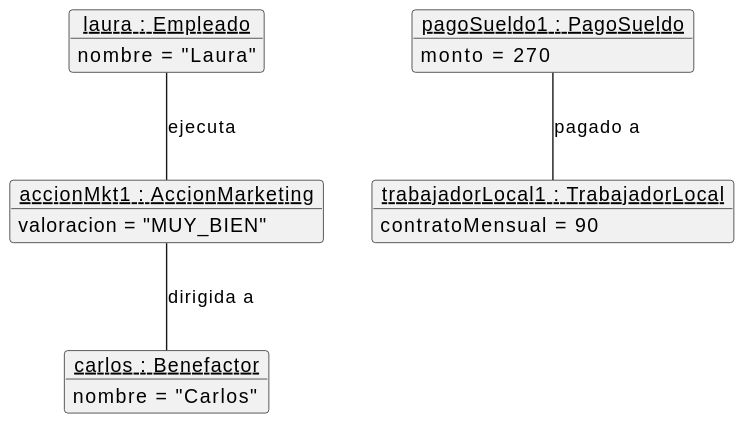
Above: escenarios/images/escenario5.svg in albporfer1-64/Grupo_Proyecto_DB (PlantUML), before the change.
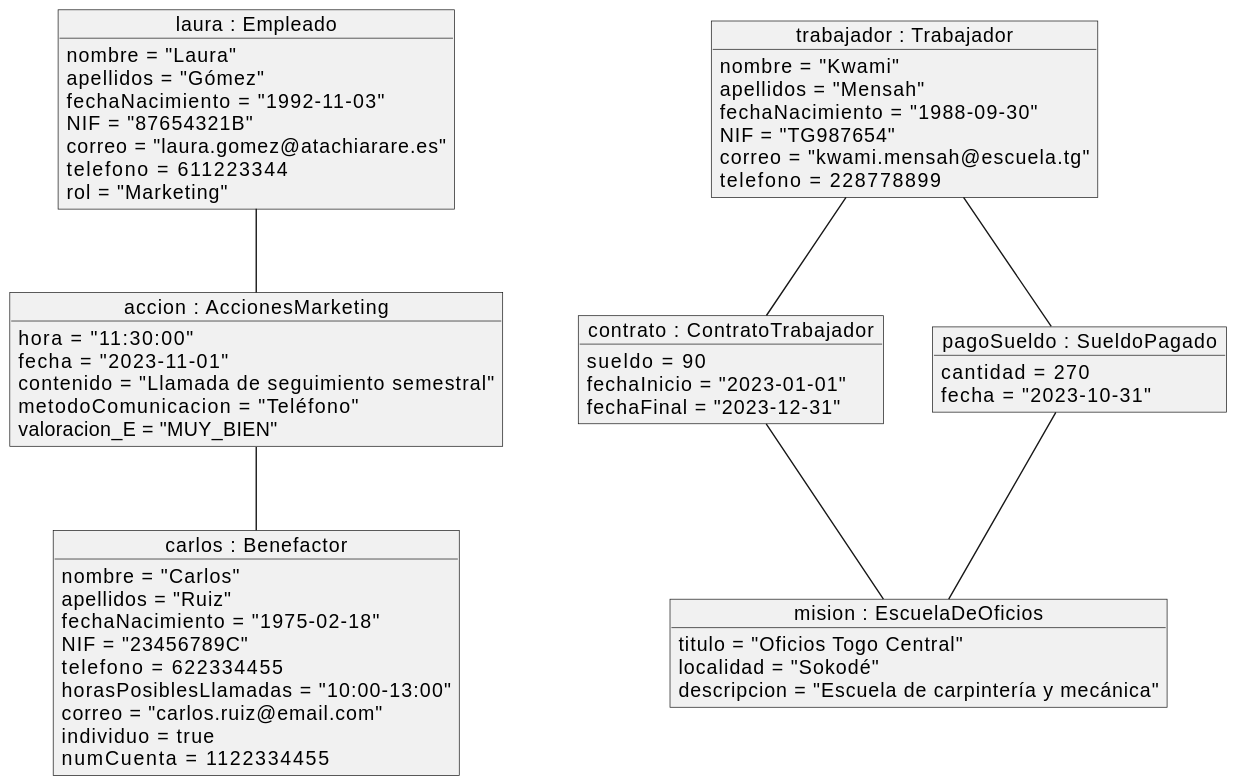
After the change.

Diff of the diagram source:
```diff
@@ -1,25 +1,58 @@
 @startuml
-object "<u>laura : Empleado</u>" as laura {
+object "laura : Empleado" as laura {
   nombre = "Laura"
+  apellidos = "Gómez"
+  fechaNacimiento = "1992-11-03"
+  NIF = "87654321B"
+  correo = "laura.gomez@atachiarare.es"
+  telefono = 611223344
+  rol = "Marketing"
+}
+object "carlos : Benefactor" as carlos {
+  nombre = "Carlos"
+  apellidos = "Ruiz"
+  fechaNacimiento = "1975-02-18"
+  NIF = "23456789C"
+  telefono = 622334455
+  horasPosiblesLlamadas = "10:00-13:00"
+  correo = "carlos.ruiz@email.com"
+  individuo = true
+  numCuenta = 1122334455
+}
+object "accion : AccionesMarketing" as accion {
+  hora = "11:30:00"
+  fecha = "2023-11-01"
+  contenido = "Llamada de seguimiento semestral"
+  metodoComunicacion = "Teléfono"
+  valoracion_E = "MUY_BIEN"
+}
+object "trabajador : Trabajador" as trabajador {
+  nombre = "Kwami"
+  apellidos = "Mensah"
+  fechaNacimiento = "1988-09-30"
+  NIF = "TG987654"
+  correo = "kwami.mensah@escuela.tg"
+  telefono = 228778899
+}
+object "mision : EscuelaDeOficios" as mision {
+  titulo = "Oficios Togo Central"
+  localidad = "Sokodé"
+  descripcion = "Escuela de carpintería y mecánica"
+}
+object "contrato : ContratoTrabajador" as contrato {
+  sueldo = 90
+  fechaInicio = "2023-01-01"
+  fechaFinal = "2023-12-31"
+}
+object "pagoSueldo : SueldoPagado" as pagoSueldo {
+  cantidad = 270
+  fecha = "2023-10-31"
 }
 
-object "<u>carlos : Benefactor</u>" as carlos {
-  nombre = "Carlos"
-}
-
-object "<u>accionMkt1 : AccionMarketing</u>" as accionMkt1 {
-  valoracion = "MUY_BIEN"
-}
-
-object "<u>trabajadorLocal1 : TrabajadorLocal</u>" as trabajadorLocal1 {
-  contratoMensual = 90
-}
-
-object "<u>pagoSueldo1 : PagoSueldo</u>" as pagoSueldo1 {
-  monto = 270
-}
-
-laura -- accionMkt1 : ejecuta
-accionMkt1 -- carlos : dirigida a
-pagoSueldo1 -- trabajadorLocal1 : pagado a
+laura -- accion
+accion -- carlos
+trabajador -- contrato
+contrato -- mision
+trabajador -- pagoSueldo
+pagoSueldo -- mision
 @enduml
```
